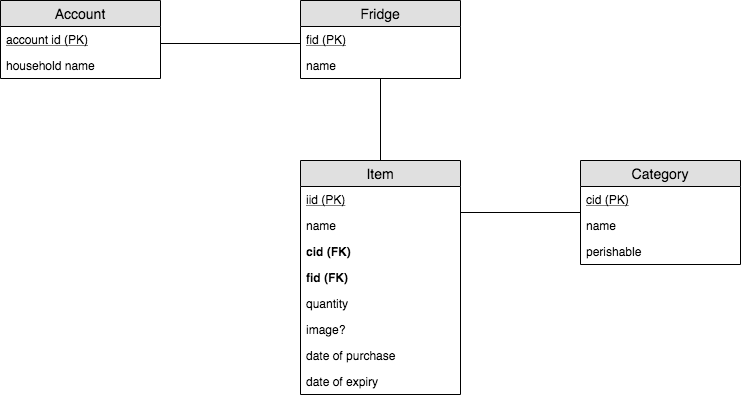
Before: fridge-inventory-tracker.png, a diagram exported from draw.io (achang1/kitchen-keeper). Source tidied: cells renumbered, new cells last; positions are measured from the earlier drawing's top-left corner, leaving out a move shared by most shapes. Its diagram source:
```xml
<mxGraphModel background="#ffffff">
  <root>
    <mxCell id="0" />
    <mxCell id="1" parent="0" />
    <mxCell id="2" value="Account" style="swimlane;fontStyle=0;horizontal=1;startSize=26;fillColor=#e0e0e0;swimlaneFillColor=#ffffff;align=center;fontSize=14;" parent="1" vertex="1">
      <mxGeometry width="160" height="78" as="geometry" />
    </mxCell>
    <mxCell id="3" value="account id (PK)" style="text;strokeColor=none;fillColor=none;spacingLeft=4;spacingRight=4;overflow=hidden;fontSize=12;fontStyle=4;" parent="2" vertex="1">
      <mxGeometry y="26" width="160" height="26" as="geometry" />
    </mxCell>
    <mxCell id="4" value="household name" style="text;strokeColor=none;fillColor=none;spacingLeft=4;spacingRight=4;overflow=hidden;fontSize=12;" parent="2" vertex="1">
      <mxGeometry y="52" width="160" height="26" as="geometry" />
    </mxCell>
    <mxCell id="5" value="Fridge" style="swimlane;fontStyle=0;horizontal=1;startSize=26;fillColor=#e0e0e0;swimlaneFillColor=#ffffff;align=center;fontSize=14;" parent="1" vertex="1">
      <mxGeometry x="300" width="160" height="78" as="geometry" />
    </mxCell>
    <mxCell id="6" value="fid (PK)" style="text;strokeColor=none;fillColor=none;spacingLeft=4;spacingRight=4;overflow=hidden;fontSize=12;fontStyle=4;" parent="5" vertex="1">
      <mxGeometry y="26" width="160" height="26" as="geometry" />
    </mxCell>
    <mxCell id="7" value="name" style="text;strokeColor=none;fillColor=none;spacingLeft=4;spacingRight=4;overflow=hidden;points=[[0,0.5],[1,0.5]];portConstraint=eastwest;fontSize=12;" parent="5" vertex="1">
      <mxGeometry y="52" width="160" height="26" as="geometry" />
    </mxCell>
    <mxCell id="8" value="Item" style="swimlane;fontStyle=0;horizontal=1;startSize=26;fillColor=#e0e0e0;swimlaneFillColor=#ffffff;align=center;fontSize=14;" parent="1" vertex="1">
      <mxGeometry x="300" y="160" width="160" height="234" as="geometry" />
    </mxCell>
    <mxCell id="9" value="iid (PK)" style="text;strokeColor=none;fillColor=none;spacingLeft=4;spacingRight=4;overflow=hidden;fontSize=12;fontStyle=4;" parent="8" vertex="1">
      <mxGeometry y="26" width="160" height="26" as="geometry" />
    </mxCell>
    <mxCell id="10" value="name" style="text;strokeColor=none;fillColor=none;spacingLeft=4;spacingRight=4;overflow=hidden;fontSize=12;" parent="8" vertex="1">
      <mxGeometry y="52" width="160" height="26" as="geometry" />
    </mxCell>
    <mxCell id="11" value="cid (FK)&#10;" style="text;strokeColor=none;fillColor=none;spacingLeft=4;spacingRight=4;overflow=hidden;fontSize=12;fontStyle=1;" parent="8" vertex="1">
      <mxGeometry y="78" width="160" height="26" as="geometry" />
    </mxCell>
    <mxCell id="12" value="fid (FK)&#10;" style="text;strokeColor=none;fillColor=none;spacingLeft=4;spacingRight=4;overflow=hidden;fontSize=12;fontStyle=1;" parent="8" vertex="1">
      <mxGeometry y="104" width="160" height="26" as="geometry" />
    </mxCell>
    <mxCell id="13" value="quantity&#10;" style="text;strokeColor=none;fillColor=none;spacingLeft=4;spacingRight=4;overflow=hidden;fontSize=12;" parent="8" vertex="1">
      <mxGeometry y="130" width="160" height="26" as="geometry" />
    </mxCell>
    <mxCell id="14" value="image?&#10;" style="text;strokeColor=none;fillColor=none;spacingLeft=4;spacingRight=4;overflow=hidden;fontSize=12;" parent="8" vertex="1">
      <mxGeometry y="156" width="160" height="26" as="geometry" />
    </mxCell>
    <mxCell id="15" value="date of purchase&#10;" style="text;strokeColor=none;fillColor=none;spacingLeft=4;spacingRight=4;overflow=hidden;fontSize=12;" parent="8" vertex="1">
      <mxGeometry y="182" width="160" height="26" as="geometry" />
    </mxCell>
    <mxCell id="16" value="date of expiry&#10;" style="text;strokeColor=none;fillColor=none;spacingLeft=4;spacingRight=4;overflow=hidden;fontSize=12;" parent="8" vertex="1">
      <mxGeometry y="208" width="160" height="26" as="geometry" />
    </mxCell>
    <mxCell id="17" value="Category" style="swimlane;fontStyle=0;horizontal=1;startSize=26;fillColor=#e0e0e0;swimlaneFillColor=#ffffff;align=center;fontSize=14;" parent="1" vertex="1">
      <mxGeometry x="580" y="160" width="160" height="104" as="geometry" />
    </mxCell>
    <mxCell id="18" value="cid (PK)" style="text;strokeColor=none;fillColor=none;spacingLeft=4;spacingRight=4;overflow=hidden;fontSize=12;fontStyle=4;" parent="17" vertex="1">
      <mxGeometry y="26" width="160" height="26" as="geometry" />
    </mxCell>
    <mxCell id="19" value="name" style="text;strokeColor=none;fillColor=none;spacingLeft=4;spacingRight=4;overflow=hidden;fontSize=12;" parent="17" vertex="1">
      <mxGeometry y="52" width="160" height="26" as="geometry" />
    </mxCell>
    <mxCell id="20" value="perishable" style="text;strokeColor=none;fillColor=none;spacingLeft=4;spacingRight=4;overflow=hidden;fontSize=12;" parent="17" vertex="1">
      <mxGeometry y="78" width="160" height="26" as="geometry" />
    </mxCell>
    <mxCell id="21" style="line;strokeWidth=1;fillColor=none;align=left;verticalAlign=middle;spacingTop=-1;spacingLeft=3;spacingRight=3;labelPosition=right;fontSize=12;" parent="1" vertex="1">
      <mxGeometry x="160" y="39" width="140" height="8" as="geometry" />
    </mxCell>
    <mxCell id="22" style="line;strokeWidth=1;fillColor=none;align=left;verticalAlign=middle;spacingTop=-1;spacingLeft=3;spacingRight=3;labelPosition=right;fontSize=12;" parent="1" vertex="1">
      <mxGeometry x="460" y="208" width="120" height="8" as="geometry" />
    </mxCell>
    <mxCell id="23" style="endArrow=none;html=1;exitX=0.5;exitY=0;exitDx=0;exitDy=0;" parent="1" edge="1" source="8" target="7">
      <mxGeometry relative="1" as="geometry" />
    </mxCell>
  </root>
</mxGraphModel>
```
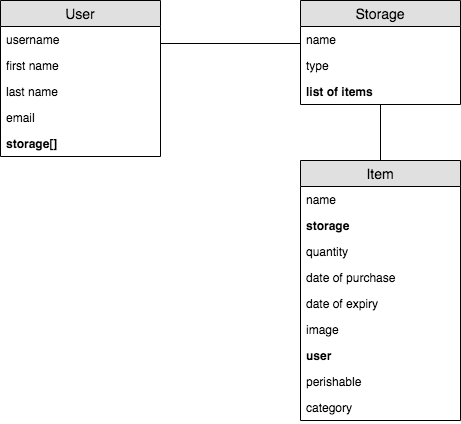
The same file after the commit.

Commit message:
updated class diagram

Change to the diagram source:
```diff
@@ -2,70 +2,70 @@
   <root>
     <mxCell id="0" />
     <mxCell id="1" parent="0" />
-    <mxCell id="2" value="Account" style="swimlane;fontStyle=0;horizontal=1;startSize=26;fillColor=#e0e0e0;swimlaneFillColor=#ffffff;align=center;fontSize=14;" parent="1" vertex="1">
-      <mxGeometry width="160" height="78" as="geometry" />
+    <mxCell id="2" value="User" style="swimlane;fontStyle=0;horizontal=1;startSize=26;fillColor=#e0e0e0;swimlaneFillColor=#ffffff;align=center;fontSize=14;" parent="1" vertex="1">
+      <mxGeometry width="160" height="156" as="geometry" />
     </mxCell>
-    <mxCell id="3" value="account id (PK)" style="text;strokeColor=none;fillColor=none;spacingLeft=4;spacingRight=4;overflow=hidden;fontSize=12;fontStyle=4;" parent="2" vertex="1">
-      <mxGeometry y="26" width="160" height="26" as="geometry" />
-    </mxCell>
-    <mxCell id="4" value="household name" style="text;strokeColor=none;fillColor=none;spacingLeft=4;spacingRight=4;overflow=hidden;fontSize=12;" parent="2" vertex="1">
-      <mxGeometry y="52" width="160" height="26" as="geometry" />
+    <mxCell id="4" value="username" style="text;strokeColor=none;fillColor=none;spacingLeft=4;spacingRight=4;overflow=hidden;fontSize=12;" parent="2" vertex="1">
+      <mxGeometry y="26" width="160" height="26" as="geometry" />
     </mxCell>
+    <mxCell id="24" value="first name" style="text;strokeColor=none;fillColor=none;spacingLeft=4;spacingRight=4;overflow=hidden;fontSize=12;" parent="2" vertex="1">
+      <mxGeometry y="52" width="160" height="26" as="geometry" />
+    </mxCell>
+    <mxCell id="25" value="last name" style="text;strokeColor=none;fillColor=none;spacingLeft=4;spacingRight=4;overflow=hidden;fontSize=12;" parent="2" vertex="1">
+      <mxGeometry y="78" width="160" height="26" as="geometry" />
+    </mxCell>
+    <mxCell id="26" value="email" style="text;strokeColor=none;fillColor=none;spacingLeft=4;spacingRight=4;overflow=hidden;fontSize=12;" parent="2" vertex="1">
+      <mxGeometry y="104" width="160" height="26" as="geometry" />
+    </mxCell>
+    <mxCell id="27" value="storage[]" style="text;strokeColor=none;fillColor=none;spacingLeft=4;spacingRight=4;overflow=hidden;fontSize=12;fontStyle=1;" parent="2" vertex="1">
+      <mxGeometry y="130" width="160" height="26" as="geometry" />
+    </mxCell>
-    <mxCell id="5" value="Fridge" style="swimlane;fontStyle=0;horizontal=1;startSize=26;fillColor=#e0e0e0;swimlaneFillColor=#ffffff;align=center;fontSize=14;" parent="1" vertex="1">
-      <mxGeometry x="300" width="160" height="78" as="geometry" />
+    <mxCell id="5" value="Storage" style="swimlane;fontStyle=0;horizontal=1;startSize=26;fillColor=#e0e0e0;swimlaneFillColor=#ffffff;align=center;fontSize=14;" parent="1" vertex="1">
+      <mxGeometry x="300" width="160" height="104" as="geometry" />
     </mxCell>
-    <mxCell id="6" value="fid (PK)" style="text;strokeColor=none;fillColor=none;spacingLeft=4;spacingRight=4;overflow=hidden;fontSize=12;fontStyle=4;" parent="5" vertex="1">
-      <mxGeometry y="26" width="160" height="26" as="geometry" />
-    </mxCell>
     <mxCell id="7" value="name" style="text;strokeColor=none;fillColor=none;spacingLeft=4;spacingRight=4;overflow=hidden;points=[[0,0.5],[1,0.5]];portConstraint=eastwest;fontSize=12;" parent="5" vertex="1">
-      <mxGeometry y="52" width="160" height="26" as="geometry" />
+      <mxGeometry y="26" width="160" height="26" as="geometry" />
     </mxCell>
+    <mxCell id="28" value="type" style="text;strokeColor=none;fillColor=none;spacingLeft=4;spacingRight=4;overflow=hidden;fontSize=12;fontStyle=0;" parent="5" vertex="1">
+      <mxGeometry y="52" width="160" height="26" as="geometry" />
+    </mxCell>
+    <mxCell id="29" value="list of items" style="text;strokeColor=none;fillColor=none;spacingLeft=4;spacingRight=4;overflow=hidden;points=[[0,0.5],[1,0.5]];portConstraint=eastwest;fontSize=12;fontStyle=1;" parent="5" vertex="1">
+      <mxGeometry y="78" width="160" height="26" as="geometry" />
+    </mxCell>
     <mxCell id="8" value="Item" style="swimlane;fontStyle=0;horizontal=1;startSize=26;fillColor=#e0e0e0;swimlaneFillColor=#ffffff;align=center;fontSize=14;" parent="1" vertex="1">
-      <mxGeometry x="300" y="160" width="160" height="234" as="geometry" />
+      <mxGeometry x="300" y="160" width="160" height="260" as="geometry" />
     </mxCell>
-    <mxCell id="9" value="iid (PK)" style="text;strokeColor=none;fillColor=none;spacingLeft=4;spacingRight=4;overflow=hidden;fontSize=12;fontStyle=4;" parent="8" vertex="1">
-      <mxGeometry y="26" width="160" height="26" as="geometry" />
-    </mxCell>
     <mxCell id="10" value="name" style="text;strokeColor=none;fillColor=none;spacingLeft=4;spacingRight=4;overflow=hidden;fontSize=12;" parent="8" vertex="1">
-      <mxGeometry y="52" width="160" height="26" as="geometry" />
+      <mxGeometry y="26" width="160" height="26" as="geometry" />
     </mxCell>
-    <mxCell id="11" value="cid (FK)&#10;" style="text;strokeColor=none;fillColor=none;spacingLeft=4;spacingRight=4;overflow=hidden;fontSize=12;fontStyle=1;" parent="8" vertex="1">
-      <mxGeometry y="78" width="160" height="26" as="geometry" />
-    </mxCell>
-    <mxCell id="12" value="fid (FK)&#10;" style="text;strokeColor=none;fillColor=none;spacingLeft=4;spacingRight=4;overflow=hidden;fontSize=12;fontStyle=1;" parent="8" vertex="1">
-      <mxGeometry y="104" width="160" height="26" as="geometry" />
+    <mxCell id="12" value="storage" style="text;strokeColor=none;fillColor=none;spacingLeft=4;spacingRight=4;overflow=hidden;fontSize=12;fontStyle=1;" parent="8" vertex="1">
+      <mxGeometry y="52" width="160" height="26" as="geometry" />
     </mxCell>
     <mxCell id="13" value="quantity&#10;" style="text;strokeColor=none;fillColor=none;spacingLeft=4;spacingRight=4;overflow=hidden;fontSize=12;" parent="8" vertex="1">
-      <mxGeometry y="130" width="160" height="26" as="geometry" />
+      <mxGeometry y="78" width="160" height="26" as="geometry" />
     </mxCell>
-    <mxCell id="14" value="image?&#10;" style="text;strokeColor=none;fillColor=none;spacingLeft=4;spacingRight=4;overflow=hidden;fontSize=12;" parent="8" vertex="1">
-      <mxGeometry y="156" width="160" height="26" as="geometry" />
-    </mxCell>
     <mxCell id="15" value="date of purchase&#10;" style="text;strokeColor=none;fillColor=none;spacingLeft=4;spacingRight=4;overflow=hidden;fontSize=12;" parent="8" vertex="1">
-      <mxGeometry y="182" width="160" height="26" as="geometry" />
+      <mxGeometry y="104" width="160" height="26" as="geometry" />
     </mxCell>
     <mxCell id="16" value="date of expiry&#10;" style="text;strokeColor=none;fillColor=none;spacingLeft=4;spacingRight=4;overflow=hidden;fontSize=12;" parent="8" vertex="1">
-      <mxGeometry y="208" width="160" height="26" as="geometry" />
+      <mxGeometry y="130" width="160" height="26" as="geometry" />
     </mxCell>
-    <mxCell id="17" value="Category" style="swimlane;fontStyle=0;horizontal=1;startSize=26;fillColor=#e0e0e0;swimlaneFillColor=#ffffff;align=center;fontSize=14;" parent="1" vertex="1">
-      <mxGeometry x="580" y="160" width="160" height="104" as="geometry" />
-    </mxCell>
-    <mxCell id="18" value="cid (PK)" style="text;strokeColor=none;fillColor=none;spacingLeft=4;spacingRight=4;overflow=hidden;fontSize=12;fontStyle=4;" parent="17" vertex="1">
-      <mxGeometry y="26" width="160" height="26" as="geometry" />
-    </mxCell>
-    <mxCell id="19" value="name" style="text;strokeColor=none;fillColor=none;spacingLeft=4;spacingRight=4;overflow=hidden;fontSize=12;" parent="17" vertex="1">
-      <mxGeometry y="52" width="160" height="26" as="geometry" />
-    </mxCell>
+    <mxCell id="30" value="image&#10;" style="text;strokeColor=none;fillColor=none;spacingLeft=4;spacingRight=4;overflow=hidden;fontSize=12;" parent="8" vertex="1">
+      <mxGeometry y="156" width="160" height="26" as="geometry" />
+    </mxCell>
+    <mxCell id="31" value="user" style="text;strokeColor=none;fillColor=none;spacingLeft=4;spacingRight=4;overflow=hidden;fontSize=12;fontStyle=1;" parent="8" vertex="1">
+      <mxGeometry y="182" width="160" height="26" as="geometry" />
+    </mxCell>
-    <mxCell id="20" value="perishable" style="text;strokeColor=none;fillColor=none;spacingLeft=4;spacingRight=4;overflow=hidden;fontSize=12;" parent="17" vertex="1">
-      <mxGeometry y="78" width="160" height="26" as="geometry" />
+    <mxCell id="20" value="perishable" style="text;strokeColor=none;fillColor=none;spacingLeft=4;spacingRight=4;overflow=hidden;fontSize=12;fontStyle=0;" parent="8" vertex="1">
+      <mxGeometry y="208" width="160" height="26" as="geometry" />
     </mxCell>
+    <mxCell id="32" value="category" style="text;strokeColor=none;fillColor=none;spacingLeft=4;spacingRight=4;overflow=hidden;fontSize=12;fontStyle=0;" parent="8" vertex="1">
+      <mxGeometry y="234" width="160" height="26" as="geometry" />
+    </mxCell>
     <mxCell id="21" style="line;strokeWidth=1;fillColor=none;align=left;verticalAlign=middle;spacingTop=-1;spacingLeft=3;spacingRight=3;labelPosition=right;fontSize=12;" parent="1" vertex="1">
       <mxGeometry x="160" y="39" width="140" height="8" as="geometry" />
     </mxCell>
-    <mxCell id="22" style="line;strokeWidth=1;fillColor=none;align=left;verticalAlign=middle;spacingTop=-1;spacingLeft=3;spacingRight=3;labelPosition=right;fontSize=12;" parent="1" vertex="1">
-      <mxGeometry x="460" y="208" width="120" height="8" as="geometry" />
-    </mxCell>
-    <mxCell id="23" style="endArrow=none;html=1;exitX=0.5;exitY=0;exitDx=0;exitDy=0;" parent="1" edge="1" source="8" target="7">
+    <mxCell id="23" style="endArrow=none;html=1;exitX=0.5;exitY=0;exitDx=0;exitDy=0;" parent="1" edge="1" source="8" target="29">
       <mxGeometry relative="1" as="geometry" />
     </mxCell>
   </root>
```
